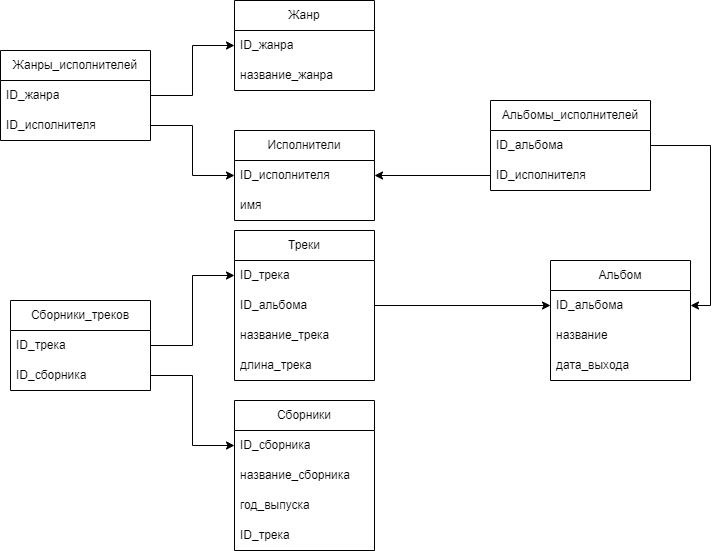
Above: First(upgrade).png in PonomarevAndrey2405/database1 (draw.io), before the change. Source tidied: cells renumbered, new cells last; positions are measured from the earlier drawing's top-left corner, leaving out a move shared by most shapes. Source of this version:
```xml
<mxGraphModel>
  <root>
    <mxCell id="0" />
    <mxCell id="1" parent="0" />
    <mxCell id="2" value="Жанры_исполнителей" style="swimlane;fontStyle=0;horizontal=1;startSize=30;whiteSpace=wrap;html=1;" parent="1" vertex="1">
      <mxGeometry y="50" width="150" height="90" as="geometry" />
    </mxCell>
    <mxCell id="3" value="ID_жанра" style="text;strokeColor=none;fillColor=none;align=left;verticalAlign=middle;spacingLeft=4;spacingRight=4;overflow=hidden;points=[[0,0.5],[1,0.5]];portConstraint=eastwest;whiteSpace=wrap;html=1;" parent="2" vertex="1">
      <mxGeometry y="30" width="150" height="30" as="geometry" />
    </mxCell>
    <mxCell id="4" value="ID_исполнителя" style="text;strokeColor=none;fillColor=none;align=left;verticalAlign=middle;spacingLeft=4;spacingRight=4;overflow=hidden;points=[[0,0.5],[1,0.5]];portConstraint=eastwest;whiteSpace=wrap;html=1;" parent="2" vertex="1">
      <mxGeometry y="60" width="150" height="30" as="geometry" />
    </mxCell>
    <mxCell id="5" value="Жанр" style="swimlane;fontStyle=0;horizontal=1;startSize=30;whiteSpace=wrap;html=1;" parent="1" vertex="1">
      <mxGeometry x="234" width="140" height="90" as="geometry" />
    </mxCell>
    <mxCell id="6" value="ID_жанра" style="text;strokeColor=none;fillColor=none;align=left;verticalAlign=middle;spacingLeft=4;spacingRight=4;overflow=hidden;points=[[0,0.5],[1,0.5]];portConstraint=eastwest;whiteSpace=wrap;html=1;" parent="5" vertex="1">
      <mxGeometry y="30" width="140" height="30" as="geometry" />
    </mxCell>
    <mxCell id="7" value="название_жанра" style="text;strokeColor=none;fillColor=none;align=left;verticalAlign=middle;spacingLeft=4;spacingRight=4;overflow=hidden;whiteSpace=wrap;html=1;" parent="5" vertex="1">
      <mxGeometry y="60" width="140" height="30" as="geometry" />
    </mxCell>
    <mxCell id="8" style="edgeStyle=orthogonalEdgeStyle;rounded=0;orthogonalLoop=1;jettySize=auto;html=1;exitX=1;exitY=0.5;exitDx=0;exitDy=0;entryX=1;entryY=0.5;entryDx=0;entryDy=0;" parent="5" edge="1" source="6" target="6">
      <mxGeometry relative="1" as="geometry" />
    </mxCell>
    <mxCell id="9" value="Исполнители" style="swimlane;fontStyle=0;horizontal=1;startSize=30;whiteSpace=wrap;html=1;" parent="1" vertex="1">
      <mxGeometry x="234" y="130" width="140" height="90" as="geometry" />
    </mxCell>
    <mxCell id="10" value="ID_исполнителя" style="text;strokeColor=none;fillColor=none;align=left;verticalAlign=middle;spacingLeft=4;spacingRight=4;overflow=hidden;points=[[0,0.5],[1,0.5]];portConstraint=eastwest;whiteSpace=wrap;html=1;" parent="9" vertex="1">
      <mxGeometry y="30" width="140" height="30" as="geometry" />
    </mxCell>
    <mxCell id="11" value="имя" style="text;strokeColor=none;fillColor=none;align=left;verticalAlign=middle;spacingLeft=4;spacingRight=4;overflow=hidden;whiteSpace=wrap;html=1;" parent="9" vertex="1">
      <mxGeometry y="60" width="140" height="30" as="geometry" />
    </mxCell>
    <mxCell id="12" value="Треки" style="swimlane;fontStyle=0;horizontal=1;startSize=30;whiteSpace=wrap;html=1;" parent="1" vertex="1">
      <mxGeometry x="234" y="230" width="140" height="150" as="geometry" />
    </mxCell>
    <mxCell id="13" value="ID_трека" style="text;strokeColor=none;fillColor=none;align=left;verticalAlign=middle;spacingLeft=4;spacingRight=4;overflow=hidden;points=[[0,0.5],[1,0.5]];portConstraint=eastwest;whiteSpace=wrap;html=1;" parent="12" vertex="1">
      <mxGeometry y="30" width="140" height="30" as="geometry" />
    </mxCell>
    <mxCell id="14" value="ID_альбома" style="text;strokeColor=none;fillColor=none;align=left;verticalAlign=middle;spacingLeft=4;spacingRight=4;overflow=hidden;points=[[0,0.5],[1,0.5]];portConstraint=eastwest;whiteSpace=wrap;html=1;" parent="12" vertex="1">
      <mxGeometry y="60" width="140" height="30" as="geometry" />
    </mxCell>
    <mxCell id="15" value="название_трека" style="text;strokeColor=none;fillColor=none;align=left;verticalAlign=middle;spacingLeft=4;spacingRight=4;overflow=hidden;whiteSpace=wrap;html=1;" parent="12" vertex="1">
      <mxGeometry y="90" width="140" height="30" as="geometry" />
    </mxCell>
    <mxCell id="16" value="длина_трека" style="text;strokeColor=none;fillColor=none;align=left;verticalAlign=middle;spacingLeft=4;spacingRight=4;overflow=hidden;whiteSpace=wrap;html=1;" parent="12" vertex="1">
      <mxGeometry y="120" width="140" height="30" as="geometry" />
    </mxCell>
    <mxCell id="17" value="Альбом" style="swimlane;fontStyle=0;horizontal=1;startSize=30;whiteSpace=wrap;html=1;" parent="1" vertex="1">
      <mxGeometry x="550" y="260" width="140" height="120" as="geometry" />
    </mxCell>
    <mxCell id="18" value="ID_альбома" style="text;strokeColor=none;fillColor=none;align=left;verticalAlign=middle;spacingLeft=4;spacingRight=4;overflow=hidden;points=[[0,0.5],[1,0.5]];portConstraint=eastwest;whiteSpace=wrap;html=1;" parent="17" vertex="1">
      <mxGeometry y="30" width="140" height="30" as="geometry" />
    </mxCell>
    <mxCell id="19" value="название" style="text;strokeColor=none;fillColor=none;align=left;verticalAlign=middle;spacingLeft=4;spacingRight=4;overflow=hidden;whiteSpace=wrap;html=1;" parent="17" vertex="1">
      <mxGeometry y="60" width="140" height="30" as="geometry" />
    </mxCell>
    <mxCell id="20" value="дата_выхода" style="text;strokeColor=none;fillColor=none;align=left;verticalAlign=middle;spacingLeft=4;spacingRight=4;overflow=hidden;whiteSpace=wrap;html=1;" parent="17" vertex="1">
      <mxGeometry y="90" width="140" height="30" as="geometry" />
    </mxCell>
    <mxCell id="21" value="Альбомы_исполнителей" style="swimlane;fontStyle=0;horizontal=1;startSize=30;whiteSpace=wrap;html=1;" parent="1" vertex="1">
      <mxGeometry x="490" y="100" width="160" height="90" as="geometry" />
    </mxCell>
    <mxCell id="22" value="ID_альбома" style="text;strokeColor=none;fillColor=none;align=left;verticalAlign=middle;spacingLeft=4;spacingRight=4;overflow=hidden;points=[[0,0.5],[1,0.5]];portConstraint=eastwest;whiteSpace=wrap;html=1;" parent="21" vertex="1">
      <mxGeometry y="30" width="160" height="30" as="geometry" />
    </mxCell>
    <mxCell id="23" value="ID_исполнителя" style="text;strokeColor=none;fillColor=none;align=left;verticalAlign=middle;spacingLeft=4;spacingRight=4;overflow=hidden;points=[[0,0.5],[1,0.5]];portConstraint=eastwest;whiteSpace=wrap;html=1;" parent="21" vertex="1">
      <mxGeometry y="60" width="160" height="30" as="geometry" />
    </mxCell>
    <mxCell id="24" style="edgeStyle=orthogonalEdgeStyle;rounded=0;orthogonalLoop=1;jettySize=auto;html=1;exitX=1;exitY=0.5;exitDx=0;exitDy=0;entryX=1;entryY=0.5;entryDx=0;entryDy=0;" parent="1" edge="1">
      <mxGeometry relative="1" as="geometry">
        <mxPoint x="380" y="145" as="sourcePoint" />
        <mxPoint x="380" y="145" as="targetPoint" />
      </mxGeometry>
    </mxCell>
    <mxCell id="25" style="edgeStyle=orthogonalEdgeStyle;rounded=0;jettySize=auto;html=1;exitX=1;exitY=0.5;exitDx=0;exitDy=0;entryX=0;entryY=0.5;entryDx=0;entryDy=0;" parent="1" edge="1" source="4" target="10">
      <mxGeometry relative="1" as="geometry" />
    </mxCell>
    <mxCell id="26" style="edgeStyle=orthogonalEdgeStyle;rounded=0;jettySize=auto;html=1;exitX=1;exitY=0.5;exitDx=0;exitDy=0;entryX=0;entryY=0.5;entryDx=0;entryDy=0;" parent="1" edge="1" source="3" target="5">
      <mxGeometry relative="1" as="geometry" />
    </mxCell>
    <mxCell id="27" style="edgeStyle=orthogonalEdgeStyle;rounded=0;jettySize=auto;html=1;exitX=1;exitY=0.5;exitDx=0;exitDy=0;entryX=1;entryY=0.5;entryDx=0;entryDy=0;" parent="1" edge="1" source="22" target="18">
      <mxGeometry relative="1" as="geometry" />
    </mxCell>
    <mxCell id="28" style="edgeStyle=orthogonalEdgeStyle;rounded=0;jettySize=auto;html=1;exitX=0;exitY=0.5;exitDx=0;exitDy=0;entryX=1;entryY=0.5;entryDx=0;entryDy=0;" parent="1" edge="1" source="23" target="10">
      <mxGeometry relative="1" as="geometry" />
    </mxCell>
    <mxCell id="29" style="edgeStyle=orthogonalEdgeStyle;rounded=0;jettySize=auto;html=1;exitX=1;exitY=0.5;exitDx=0;exitDy=0;entryX=0;entryY=0.5;entryDx=0;entryDy=0;" parent="1" edge="1" source="14" target="18">
      <mxGeometry relative="1" as="geometry" />
    </mxCell>
    <mxCell id="30" value="Сборники_треков" style="swimlane;fontStyle=0;horizontal=1;startSize=30;whiteSpace=wrap;html=1;" parent="1" vertex="1">
      <mxGeometry x="10" y="300" width="140" height="90" as="geometry" />
    </mxCell>
    <mxCell id="31" value="ID_трека" style="text;strokeColor=none;fillColor=none;align=left;verticalAlign=middle;spacingLeft=4;spacingRight=4;overflow=hidden;points=[[0,0.5],[1,0.5]];portConstraint=eastwest;whiteSpace=wrap;html=1;" parent="30" vertex="1">
      <mxGeometry y="30" width="140" height="30" as="geometry" />
    </mxCell>
    <mxCell id="32" value="ID_сборника" style="text;strokeColor=none;fillColor=none;align=left;verticalAlign=middle;spacingLeft=4;spacingRight=4;overflow=hidden;points=[[0,0.5],[1,0.5]];portConstraint=eastwest;whiteSpace=wrap;html=1;" parent="30" vertex="1">
      <mxGeometry y="60" width="140" height="30" as="geometry" />
    </mxCell>
    <mxCell id="33" style="edgeStyle=orthogonalEdgeStyle;rounded=0;jettySize=auto;html=1;exitX=1;exitY=0.5;exitDx=0;exitDy=0;entryX=0;entryY=0.5;entryDx=0;entryDy=0;" parent="1" edge="1" source="31" target="13">
      <mxGeometry relative="1" as="geometry" />
    </mxCell>
    <mxCell id="34" value="Сборники" style="swimlane;fontStyle=0;horizontal=1;startSize=30;whiteSpace=wrap;html=1;" parent="1" vertex="1">
      <mxGeometry x="234" y="400" width="140" height="150" as="geometry" />
    </mxCell>
    <mxCell id="35" value="ID_сборника" style="text;strokeColor=none;fillColor=none;align=left;verticalAlign=middle;spacingLeft=4;spacingRight=4;overflow=hidden;points=[[0,0.5],[1,0.5]];portConstraint=eastwest;whiteSpace=wrap;html=1;" parent="34" vertex="1">
      <mxGeometry y="30" width="140" height="30" as="geometry" />
    </mxCell>
    <mxCell id="36" value="название_сборника" style="text;strokeColor=none;fillColor=none;align=left;verticalAlign=middle;spacingLeft=4;spacingRight=4;overflow=hidden;whiteSpace=wrap;html=1;" parent="34" vertex="1">
      <mxGeometry y="60" width="140" height="30" as="geometry" />
    </mxCell>
    <mxCell id="37" value="год_выпуска" style="text;strokeColor=none;fillColor=none;align=left;verticalAlign=middle;spacingLeft=4;spacingRight=4;overflow=hidden;whiteSpace=wrap;html=1;" parent="34" vertex="1">
      <mxGeometry y="90" width="140" height="30" as="geometry" />
    </mxCell>
    <mxCell id="38" value="ID_трека" style="text;strokeColor=none;fillColor=none;align=left;verticalAlign=middle;spacingLeft=4;spacingRight=4;overflow=hidden;whiteSpace=wrap;html=1;" parent="34" vertex="1">
      <mxGeometry y="120" width="140" height="30" as="geometry" />
    </mxCell>
    <mxCell id="39" style="edgeStyle=orthogonalEdgeStyle;rounded=0;jettySize=auto;html=1;exitX=1;exitY=0.5;exitDx=0;exitDy=0;entryX=0;entryY=0.5;entryDx=0;entryDy=0;" parent="1" edge="1" source="32" target="35">
      <mxGeometry relative="1" as="geometry" />
    </mxCell>
  </root>
</mxGraphModel>
```
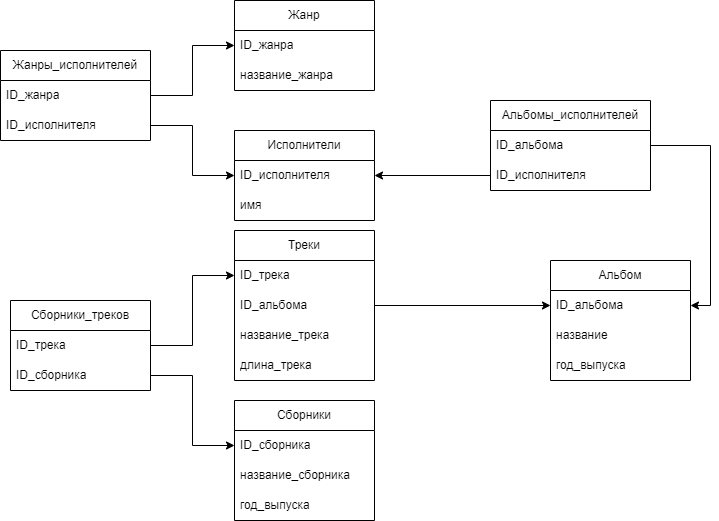
The same file after the commit.

What changed in the source:
```diff
@@ -56,7 +56,7 @@
     <mxCell id="19" value="название" style="text;strokeColor=none;fillColor=none;align=left;verticalAlign=middle;spacingLeft=4;spacingRight=4;overflow=hidden;whiteSpace=wrap;html=1;" parent="17" vertex="1">
       <mxGeometry y="60" width="140" height="30" as="geometry" />
     </mxCell>
-    <mxCell id="20" value="дата_выхода" style="text;strokeColor=none;fillColor=none;align=left;verticalAlign=middle;spacingLeft=4;spacingRight=4;overflow=hidden;whiteSpace=wrap;html=1;" parent="17" vertex="1">
+    <mxCell id="20" value="год_выпуска" style="text;strokeColor=none;fillColor=none;align=left;verticalAlign=middle;spacingLeft=4;spacingRight=4;overflow=hidden;whiteSpace=wrap;html=1;" parent="17" vertex="1">
       <mxGeometry y="90" width="140" height="30" as="geometry" />
     </mxCell>
     <mxCell id="21" value="Альбомы_исполнителей" style="swimlane;fontStyle=0;horizontal=1;startSize=30;whiteSpace=wrap;html=1;" parent="1" vertex="1">
@@ -102,7 +102,7 @@
       <mxGeometry relative="1" as="geometry" />
     </mxCell>
     <mxCell id="34" value="Сборники" style="swimlane;fontStyle=0;horizontal=1;startSize=30;whiteSpace=wrap;html=1;" parent="1" vertex="1">
-      <mxGeometry x="234" y="400" width="140" height="150" as="geometry" />
+      <mxGeometry x="234" y="400" width="140" height="120" as="geometry" />
     </mxCell>
     <mxCell id="35" value="ID_сборника" style="text;strokeColor=none;fillColor=none;align=left;verticalAlign=middle;spacingLeft=4;spacingRight=4;overflow=hidden;points=[[0,0.5],[1,0.5]];portConstraint=eastwest;whiteSpace=wrap;html=1;" parent="34" vertex="1">
       <mxGeometry y="30" width="140" height="30" as="geometry" />
@@ -113,9 +113,6 @@
     <mxCell id="37" value="год_выпуска" style="text;strokeColor=none;fillColor=none;align=left;verticalAlign=middle;spacingLeft=4;spacingRight=4;overflow=hidden;whiteSpace=wrap;html=1;" parent="34" vertex="1">
       <mxGeometry y="90" width="140" height="30" as="geometry" />
     </mxCell>
-    <mxCell id="38" value="ID_трека" style="text;strokeColor=none;fillColor=none;align=left;verticalAlign=middle;spacingLeft=4;spacingRight=4;overflow=hidden;whiteSpace=wrap;html=1;" parent="34" vertex="1">
-      <mxGeometry y="120" width="140" height="30" as="geometry" />
-    </mxCell>
     <mxCell id="39" style="edgeStyle=orthogonalEdgeStyle;rounded=0;jettySize=auto;html=1;exitX=1;exitY=0.5;exitDx=0;exitDy=0;entryX=0;entryY=0.5;entryDx=0;entryDy=0;" parent="1" edge="1" source="32" target="35">
       <mxGeometry relative="1" as="geometry" />
     </mxCell>
```
